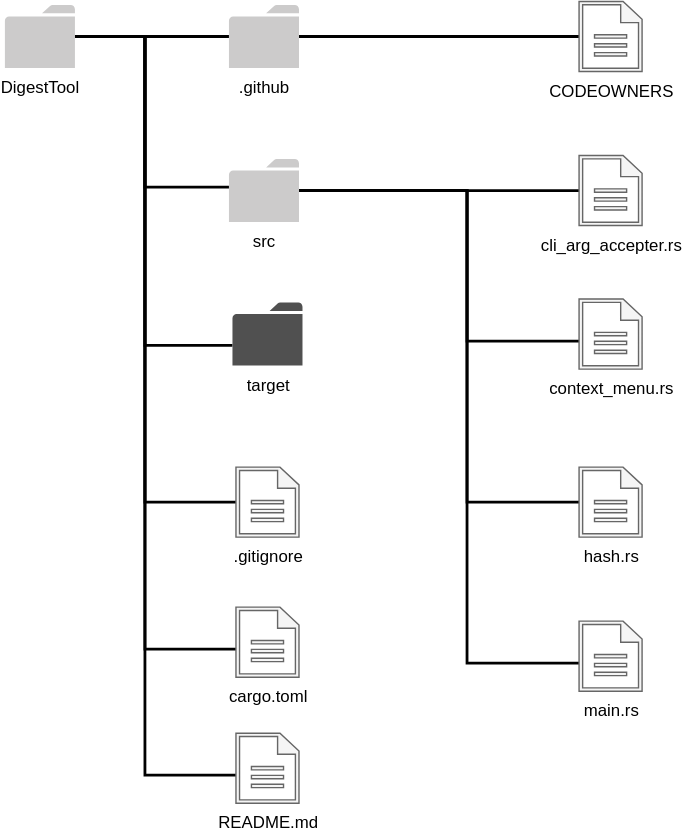
blz-soft/DigestTool keeps this draw.io diagram as uml/folder.drawio.svg. Above is the earlier version. Source tidied: cells renumbered, new cells last; positions are measured from the earlier drawing's top-left corner, leaving out a move shared by most shapes. Source of this version:
```xml
<mxGraphModel>
  <root>
    <mxCell id="0" />
    <mxCell id="1" parent="0" />
    <mxCell id="2" style="edgeStyle=orthogonalEdgeStyle;rounded=0;jettySize=auto;html=1;fontColor=#FFFFFF;endArrow=none;endFill=0;strokeWidth=2;" parent="1" edge="1" source="8" target="15">
      <mxGeometry relative="1" as="geometry" />
    </mxCell>
    <mxCell id="3" style="edgeStyle=orthogonalEdgeStyle;rounded=0;jettySize=auto;html=1;fontColor=#FFFFFF;endArrow=none;endFill=0;strokeWidth=2;" parent="1" edge="1" source="8" target="13">
      <mxGeometry relative="1" as="geometry">
        <Array as="points">
          <mxPoint x="100" y="25" />
          <mxPoint x="100" y="132" />
        </Array>
      </mxGeometry>
    </mxCell>
    <mxCell id="4" style="edgeStyle=orthogonalEdgeStyle;rounded=0;jettySize=auto;html=1;fontColor=#FFFFFF;endArrow=none;endFill=0;strokeWidth=2;" parent="1" edge="1" source="8" target="16">
      <mxGeometry relative="1" as="geometry">
        <Array as="points">
          <mxPoint x="100" y="25" />
          <mxPoint x="100" y="245" />
        </Array>
      </mxGeometry>
    </mxCell>
    <mxCell id="5" style="edgeStyle=orthogonalEdgeStyle;rounded=0;jettySize=auto;html=1;fontColor=#FFFFFF;endArrow=none;endFill=0;strokeWidth=2;" parent="1" edge="1" source="8" target="17">
      <mxGeometry relative="1" as="geometry">
        <Array as="points">
          <mxPoint x="100" y="25" />
          <mxPoint x="100" y="357" />
        </Array>
      </mxGeometry>
    </mxCell>
    <mxCell id="6" style="edgeStyle=orthogonalEdgeStyle;rounded=0;jettySize=auto;html=1;fontColor=#FFFFFF;endArrow=none;endFill=0;strokeWidth=2;" parent="1" edge="1" source="8" target="18">
      <mxGeometry relative="1" as="geometry">
        <Array as="points">
          <mxPoint x="100" y="25" />
          <mxPoint x="100" y="462" />
        </Array>
      </mxGeometry>
    </mxCell>
    <mxCell id="7" style="edgeStyle=orthogonalEdgeStyle;rounded=0;jettySize=auto;html=1;fontColor=#FFFFFF;endArrow=none;endFill=0;strokeWidth=2;" parent="1" edge="1" source="8" target="19">
      <mxGeometry relative="1" as="geometry">
        <Array as="points">
          <mxPoint x="100" y="25" />
          <mxPoint x="100" y="552" />
        </Array>
      </mxGeometry>
    </mxCell>
    <mxCell id="8" value="DigestTool" style="shadow=0;dashed=0;html=1;strokeColor=none;labelPosition=center;verticalLabelPosition=bottom;verticalAlign=top;outlineConnect=0;align=center;shape=mxgraph.office.concepts.folder;fillColor=#CCCBCB;" parent="1" vertex="1">
      <mxGeometry y="2" width="50" height="45" as="geometry" />
    </mxCell>
    <mxCell id="9" style="edgeStyle=orthogonalEdgeStyle;rounded=0;jettySize=auto;html=1;fontColor=#000000;endArrow=none;endFill=0;strokeWidth=2;" parent="1" edge="1" source="13" target="21">
      <mxGeometry relative="1" as="geometry" />
    </mxCell>
    <mxCell id="10" style="edgeStyle=orthogonalEdgeStyle;rounded=0;jettySize=auto;html=1;fontColor=#F0F0F0;endArrow=none;endFill=0;strokeWidth=2;" parent="1" edge="1" source="13" target="22">
      <mxGeometry relative="1" as="geometry">
        <Array as="points">
          <mxPoint x="330" y="135" />
          <mxPoint x="330" y="242" />
        </Array>
      </mxGeometry>
    </mxCell>
    <mxCell id="11" style="edgeStyle=orthogonalEdgeStyle;rounded=0;jettySize=auto;html=1;fontColor=#F0F0F0;endArrow=none;endFill=0;strokeWidth=2;" parent="1" edge="1" source="13" target="23">
      <mxGeometry relative="1" as="geometry">
        <Array as="points">
          <mxPoint x="330" y="135" />
          <mxPoint x="330" y="357" />
        </Array>
      </mxGeometry>
    </mxCell>
    <mxCell id="12" style="edgeStyle=orthogonalEdgeStyle;rounded=0;jettySize=auto;html=1;fontColor=#F0F0F0;endArrow=none;endFill=0;strokeWidth=2;" parent="1" edge="1" source="13" target="24">
      <mxGeometry relative="1" as="geometry">
        <Array as="points">
          <mxPoint x="330" y="135" />
          <mxPoint x="330" y="472" />
        </Array>
      </mxGeometry>
    </mxCell>
    <mxCell id="13" value="src" style="shadow=0;dashed=0;html=1;strokeColor=none;labelPosition=center;verticalLabelPosition=bottom;verticalAlign=top;outlineConnect=0;align=center;shape=mxgraph.office.concepts.folder;fillColor=#CCCBCB;" parent="1" vertex="1">
      <mxGeometry x="160" y="112" width="50" height="45" as="geometry" />
    </mxCell>
    <mxCell id="14" style="edgeStyle=orthogonalEdgeStyle;rounded=0;jettySize=auto;html=1;fontColor=#000000;endArrow=none;endFill=0;strokeWidth=2;" parent="1" edge="1" source="15" target="20">
      <mxGeometry relative="1" as="geometry" />
    </mxCell>
    <mxCell id="15" value=".github" style="shadow=0;dashed=0;html=1;strokeColor=none;labelPosition=center;verticalLabelPosition=bottom;verticalAlign=top;outlineConnect=0;align=center;shape=mxgraph.office.concepts.folder;fillColor=#CCCBCB;" parent="1" vertex="1">
      <mxGeometry x="160" y="2" width="50" height="45" as="geometry" />
    </mxCell>
    <mxCell id="16" value="target" style="shadow=0;dashed=0;html=1;strokeColor=none;fillColor=#505050;labelPosition=center;verticalLabelPosition=bottom;verticalAlign=top;outlineConnect=0;align=center;shape=mxgraph.office.concepts.folder;" parent="1" vertex="1">
      <mxGeometry x="162.5" y="214.5" width="50" height="45" as="geometry" />
    </mxCell>
    <mxCell id="17" value=".gitignore" style="shadow=0;dashed=0;html=1;strokeColor=#666666;fillColor=#f5f5f5;labelPosition=center;verticalLabelPosition=bottom;verticalAlign=top;outlineConnect=0;align=center;shape=mxgraph.office.concepts.document;fontColor=#000000;labelBackgroundColor=#ffffff;" parent="1" vertex="1">
      <mxGeometry x="165" y="332" width="45" height="50" as="geometry" />
    </mxCell>
    <mxCell id="18" value="cargo.toml" style="shadow=0;dashed=0;html=1;strokeColor=#666666;fillColor=#f5f5f5;labelPosition=center;verticalLabelPosition=bottom;verticalAlign=top;outlineConnect=0;align=center;shape=mxgraph.office.concepts.document;fontColor=#000000;labelBackgroundColor=#ffffff;" parent="1" vertex="1">
      <mxGeometry x="165" y="432" width="45" height="50" as="geometry" />
    </mxCell>
    <mxCell id="19" value="README.md" style="shadow=0;dashed=0;html=1;strokeColor=#666666;fillColor=#f5f5f5;labelPosition=center;verticalLabelPosition=bottom;verticalAlign=top;outlineConnect=0;align=center;shape=mxgraph.office.concepts.document;fontColor=#000000;labelBackgroundColor=#ffffff;" parent="1" vertex="1">
      <mxGeometry x="165" y="522" width="45" height="50" as="geometry" />
    </mxCell>
    <mxCell id="20" value="CODEOWNERS" style="shadow=0;dashed=0;html=1;strokeColor=#666666;fillColor=#f5f5f5;labelPosition=center;verticalLabelPosition=bottom;verticalAlign=top;outlineConnect=0;align=center;shape=mxgraph.office.concepts.document;labelBackgroundColor=#ffffff;fontColor=#000000;" parent="1" vertex="1">
      <mxGeometry x="410" y="-0.5" width="45" height="50" as="geometry" />
    </mxCell>
    <mxCell id="21" value="cli_arg_accepter.rs&lt;br&gt;" style="shadow=0;dashed=0;html=1;strokeColor=#666666;fillColor=#f5f5f5;labelPosition=center;verticalLabelPosition=bottom;verticalAlign=top;outlineConnect=0;align=center;shape=mxgraph.office.concepts.document;fontColor=#000000;labelBackgroundColor=#ffffff;" parent="1" vertex="1">
      <mxGeometry x="410" y="109.5" width="45" height="50" as="geometry" />
    </mxCell>
    <mxCell id="22" value="context_menu.rs" style="shadow=0;dashed=0;html=1;strokeColor=#666666;fillColor=#f5f5f5;labelPosition=center;verticalLabelPosition=bottom;verticalAlign=top;outlineConnect=0;align=center;shape=mxgraph.office.concepts.document;fontColor=#000000;labelBackgroundColor=#ffffff;" parent="1" vertex="1">
      <mxGeometry x="410" y="212" width="45" height="50" as="geometry" />
    </mxCell>
    <mxCell id="23" value="hash.rs" style="shadow=0;dashed=0;html=1;strokeColor=#666666;fillColor=#f5f5f5;labelPosition=center;verticalLabelPosition=bottom;verticalAlign=top;outlineConnect=0;align=center;shape=mxgraph.office.concepts.document;fontColor=#000000;labelBackgroundColor=#ffffff;" parent="1" vertex="1">
      <mxGeometry x="410" y="332" width="45" height="50" as="geometry" />
    </mxCell>
    <mxCell id="24" value="main.rs" style="shadow=0;dashed=0;html=1;strokeColor=#666666;fillColor=#f5f5f5;labelPosition=center;verticalLabelPosition=bottom;verticalAlign=top;outlineConnect=0;align=center;shape=mxgraph.office.concepts.document;fontColor=#000000;labelBackgroundColor=#ffffff;" parent="1" vertex="1">
      <mxGeometry x="410" y="442" width="45" height="50" as="geometry" />
    </mxCell>
  </root>
</mxGraphModel>
```
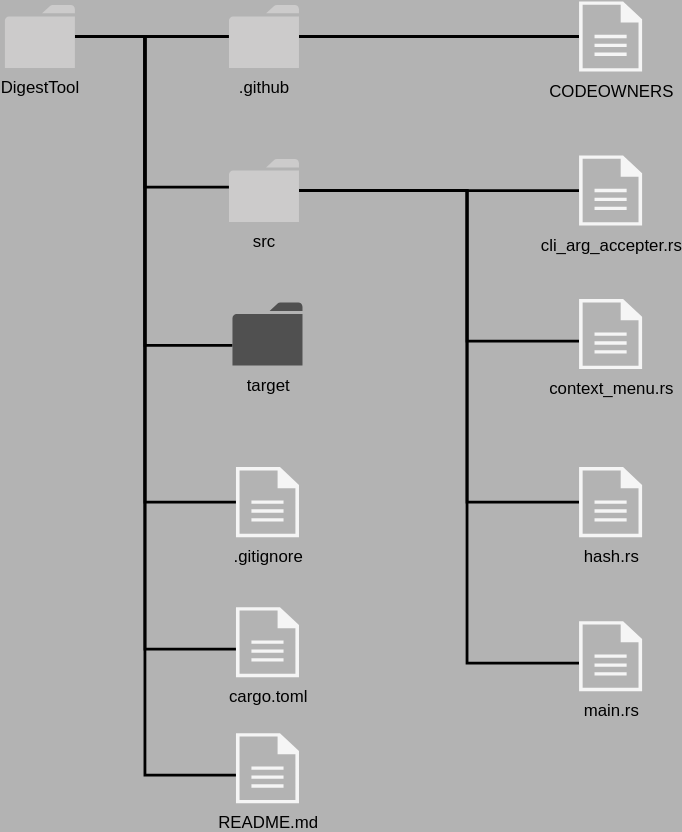
After the change.

Commit message:
図のスタイルを変更した

What changed in the source:
```diff
@@ -1,11 +1,11 @@
-<mxGraphModel>
+<mxGraphModel background="#B3B3B3">
   <root>
     <mxCell id="0" />
     <mxCell id="1" parent="0" />
-    <mxCell id="2" style="edgeStyle=orthogonalEdgeStyle;rounded=0;jettySize=auto;html=1;fontColor=#FFFFFF;endArrow=none;endFill=0;strokeWidth=2;" parent="1" edge="1" source="8" target="15">
+    <mxCell id="2" style="edgeStyle=orthogonalEdgeStyle;rounded=0;jettySize=auto;html=1;endArrow=none;endFill=0;strokeWidth=2;fontColor=#000000;strokeColor=#000000;" parent="1" edge="1" source="8" target="15">
       <mxGeometry relative="1" as="geometry" />
     </mxCell>
-    <mxCell id="3" style="edgeStyle=orthogonalEdgeStyle;rounded=0;jettySize=auto;html=1;fontColor=#FFFFFF;endArrow=none;endFill=0;strokeWidth=2;" parent="1" edge="1" source="8" target="13">
+    <mxCell id="3" style="edgeStyle=orthogonalEdgeStyle;rounded=0;jettySize=auto;html=1;endArrow=none;endFill=0;strokeWidth=2;fontColor=#000000;strokeColor=#000000;" parent="1" edge="1" source="8" target="13">
       <mxGeometry relative="1" as="geometry">
         <Array as="points">
           <mxPoint x="100" y="25" />
@@ -13,7 +13,7 @@
         </Array>
       </mxGeometry>
     </mxCell>
-    <mxCell id="4" style="edgeStyle=orthogonalEdgeStyle;rounded=0;jettySize=auto;html=1;fontColor=#FFFFFF;endArrow=none;endFill=0;strokeWidth=2;" parent="1" edge="1" source="8" target="16">
+    <mxCell id="4" style="edgeStyle=orthogonalEdgeStyle;rounded=0;jettySize=auto;html=1;endArrow=none;endFill=0;strokeWidth=2;fontColor=#000000;strokeColor=#000000;" parent="1" edge="1" source="8" target="16">
       <mxGeometry relative="1" as="geometry">
         <Array as="points">
           <mxPoint x="100" y="25" />
@@ -21,7 +21,7 @@
         </Array>
       </mxGeometry>
     </mxCell>
-    <mxCell id="5" style="edgeStyle=orthogonalEdgeStyle;rounded=0;jettySize=auto;html=1;fontColor=#FFFFFF;endArrow=none;endFill=0;strokeWidth=2;" parent="1" edge="1" source="8" target="17">
+    <mxCell id="5" style="edgeStyle=orthogonalEdgeStyle;rounded=0;jettySize=auto;html=1;fontColor=#FFFFFF;endArrow=none;endFill=0;strokeWidth=2;strokeColor=#000000;" parent="1" edge="1" source="8" target="17">
       <mxGeometry relative="1" as="geometry">
         <Array as="points">
           <mxPoint x="100" y="25" />
@@ -29,7 +29,7 @@
         </Array>
       </mxGeometry>
     </mxCell>
-    <mxCell id="6" style="edgeStyle=orthogonalEdgeStyle;rounded=0;jettySize=auto;html=1;fontColor=#FFFFFF;endArrow=none;endFill=0;strokeWidth=2;" parent="1" edge="1" source="8" target="18">
+    <mxCell id="6" style="edgeStyle=orthogonalEdgeStyle;rounded=0;jettySize=auto;html=1;fontColor=#FFFFFF;endArrow=none;endFill=0;strokeWidth=2;strokeColor=#000000;" parent="1" edge="1" source="8" target="18">
       <mxGeometry relative="1" as="geometry">
         <Array as="points">
           <mxPoint x="100" y="25" />
@@ -37,7 +37,7 @@
         </Array>
       </mxGeometry>
     </mxCell>
-    <mxCell id="7" style="edgeStyle=orthogonalEdgeStyle;rounded=0;jettySize=auto;html=1;fontColor=#FFFFFF;endArrow=none;endFill=0;strokeWidth=2;" parent="1" edge="1" source="8" target="19">
+    <mxCell id="7" style="edgeStyle=orthogonalEdgeStyle;rounded=0;jettySize=auto;html=1;fontColor=#FFFFFF;endArrow=none;endFill=0;strokeWidth=2;strokeColor=#000000;" parent="1" edge="1" source="8" target="19">
       <mxGeometry relative="1" as="geometry">
         <Array as="points">
           <mxPoint x="100" y="25" />
@@ -45,13 +45,13 @@
         </Array>
       </mxGeometry>
     </mxCell>
-    <mxCell id="8" value="DigestTool" style="shadow=0;dashed=0;html=1;strokeColor=none;labelPosition=center;verticalLabelPosition=bottom;verticalAlign=top;outlineConnect=0;align=center;shape=mxgraph.office.concepts.folder;fillColor=#CCCBCB;" parent="1" vertex="1">
+    <mxCell id="8" value="DigestTool" style="shadow=0;dashed=0;html=1;strokeColor=none;labelPosition=center;verticalLabelPosition=bottom;verticalAlign=top;outlineConnect=0;align=center;shape=mxgraph.office.concepts.folder;fillColor=#CCCBCB;fontColor=#000000;" parent="1" vertex="1">
       <mxGeometry y="2" width="50" height="45" as="geometry" />
     </mxCell>
-    <mxCell id="9" style="edgeStyle=orthogonalEdgeStyle;rounded=0;jettySize=auto;html=1;fontColor=#000000;endArrow=none;endFill=0;strokeWidth=2;" parent="1" edge="1" source="13" target="21">
+    <mxCell id="9" style="edgeStyle=orthogonalEdgeStyle;rounded=0;jettySize=auto;html=1;fontColor=#000000;endArrow=none;endFill=0;strokeWidth=2;strokeColor=#000000;" parent="1" edge="1" source="13" target="21">
       <mxGeometry relative="1" as="geometry" />
     </mxCell>
-    <mxCell id="10" style="edgeStyle=orthogonalEdgeStyle;rounded=0;jettySize=auto;html=1;fontColor=#F0F0F0;endArrow=none;endFill=0;strokeWidth=2;" parent="1" edge="1" source="13" target="22">
+    <mxCell id="10" style="edgeStyle=orthogonalEdgeStyle;rounded=0;jettySize=auto;html=1;fontColor=#F0F0F0;endArrow=none;endFill=0;strokeWidth=2;strokeColor=#000000;" parent="1" edge="1" source="13" target="22">
       <mxGeometry relative="1" as="geometry">
         <Array as="points">
           <mxPoint x="330" y="135" />
@@ -59,7 +59,7 @@
         </Array>
       </mxGeometry>
     </mxCell>
-    <mxCell id="11" style="edgeStyle=orthogonalEdgeStyle;rounded=0;jettySize=auto;html=1;fontColor=#F0F0F0;endArrow=none;endFill=0;strokeWidth=2;" parent="1" edge="1" source="13" target="23">
+    <mxCell id="11" style="edgeStyle=orthogonalEdgeStyle;rounded=0;jettySize=auto;html=1;fontColor=#F0F0F0;endArrow=none;endFill=0;strokeWidth=2;strokeColor=#000000;" parent="1" edge="1" source="13" target="23">
       <mxGeometry relative="1" as="geometry">
         <Array as="points">
           <mxPoint x="330" y="135" />
@@ -67,7 +67,7 @@
         </Array>
       </mxGeometry>
     </mxCell>
-    <mxCell id="12" style="edgeStyle=orthogonalEdgeStyle;rounded=0;jettySize=auto;html=1;fontColor=#F0F0F0;endArrow=none;endFill=0;strokeWidth=2;" parent="1" edge="1" source="13" target="24">
+    <mxCell id="12" style="edgeStyle=orthogonalEdgeStyle;rounded=0;jettySize=auto;html=1;fontColor=#F0F0F0;endArrow=none;endFill=0;strokeWidth=2;strokeColor=#000000;" parent="1" edge="1" source="13" target="24">
       <mxGeometry relative="1" as="geometry">
         <Array as="points">
           <mxPoint x="330" y="135" />
@@ -75,40 +75,40 @@
         </Array>
       </mxGeometry>
     </mxCell>
-    <mxCell id="13" value="src" style="shadow=0;dashed=0;html=1;strokeColor=none;labelPosition=center;verticalLabelPosition=bottom;verticalAlign=top;outlineConnect=0;align=center;shape=mxgraph.office.concepts.folder;fillColor=#CCCBCB;" parent="1" vertex="1">
+    <mxCell id="13" value="src" style="shadow=0;dashed=0;html=1;strokeColor=none;labelPosition=center;verticalLabelPosition=bottom;verticalAlign=top;outlineConnect=0;align=center;shape=mxgraph.office.concepts.folder;fillColor=#CCCBCB;fontColor=#000000;" parent="1" vertex="1">
       <mxGeometry x="160" y="112" width="50" height="45" as="geometry" />
     </mxCell>
-    <mxCell id="14" style="edgeStyle=orthogonalEdgeStyle;rounded=0;jettySize=auto;html=1;fontColor=#000000;endArrow=none;endFill=0;strokeWidth=2;" parent="1" edge="1" source="15" target="20">
+    <mxCell id="14" style="edgeStyle=orthogonalEdgeStyle;rounded=0;jettySize=auto;html=1;fontColor=#000000;endArrow=none;endFill=0;strokeWidth=2;strokeColor=#000000;" parent="1" edge="1" source="15" target="20">
       <mxGeometry relative="1" as="geometry" />
     </mxCell>
-    <mxCell id="15" value=".github" style="shadow=0;dashed=0;html=1;strokeColor=none;labelPosition=center;verticalLabelPosition=bottom;verticalAlign=top;outlineConnect=0;align=center;shape=mxgraph.office.concepts.folder;fillColor=#CCCBCB;" parent="1" vertex="1">
+    <mxCell id="15" value=".github" style="shadow=0;dashed=0;html=1;strokeColor=none;labelPosition=center;verticalLabelPosition=bottom;verticalAlign=top;outlineConnect=0;align=center;shape=mxgraph.office.concepts.folder;fillColor=#CCCBCB;fontColor=#000000;" parent="1" vertex="1">
       <mxGeometry x="160" y="2" width="50" height="45" as="geometry" />
     </mxCell>
-    <mxCell id="16" value="target" style="shadow=0;dashed=0;html=1;strokeColor=none;fillColor=#505050;labelPosition=center;verticalLabelPosition=bottom;verticalAlign=top;outlineConnect=0;align=center;shape=mxgraph.office.concepts.folder;" parent="1" vertex="1">
+    <mxCell id="16" value="target" style="shadow=0;dashed=0;html=1;strokeColor=none;fillColor=#505050;labelPosition=center;verticalLabelPosition=bottom;verticalAlign=top;outlineConnect=0;align=center;shape=mxgraph.office.concepts.folder;fontColor=#000000;" parent="1" vertex="1">
       <mxGeometry x="162.5" y="214.5" width="50" height="45" as="geometry" />
     </mxCell>
-    <mxCell id="17" value=".gitignore" style="shadow=0;dashed=0;html=1;strokeColor=#666666;fillColor=#f5f5f5;labelPosition=center;verticalLabelPosition=bottom;verticalAlign=top;outlineConnect=0;align=center;shape=mxgraph.office.concepts.document;fontColor=#000000;labelBackgroundColor=#ffffff;" parent="1" vertex="1">
+    <mxCell id="17" value=".gitignore" style="shadow=0;dashed=0;html=1;fillColor=#f5f5f5;labelPosition=center;verticalLabelPosition=bottom;verticalAlign=top;outlineConnect=0;align=center;shape=mxgraph.office.concepts.document;fontColor=#000000;labelBackgroundColor=none;strokeColor=none;" parent="1" vertex="1">
       <mxGeometry x="165" y="332" width="45" height="50" as="geometry" />
     </mxCell>
-    <mxCell id="18" value="cargo.toml" style="shadow=0;dashed=0;html=1;strokeColor=#666666;fillColor=#f5f5f5;labelPosition=center;verticalLabelPosition=bottom;verticalAlign=top;outlineConnect=0;align=center;shape=mxgraph.office.concepts.document;fontColor=#000000;labelBackgroundColor=#ffffff;" parent="1" vertex="1">
+    <mxCell id="18" value="cargo.toml" style="shadow=0;dashed=0;html=1;fillColor=#f5f5f5;labelPosition=center;verticalLabelPosition=bottom;verticalAlign=top;outlineConnect=0;align=center;shape=mxgraph.office.concepts.document;fontColor=#000000;labelBackgroundColor=none;strokeColor=none;" parent="1" vertex="1">
       <mxGeometry x="165" y="432" width="45" height="50" as="geometry" />
     </mxCell>
-    <mxCell id="19" value="README.md" style="shadow=0;dashed=0;html=1;strokeColor=#666666;fillColor=#f5f5f5;labelPosition=center;verticalLabelPosition=bottom;verticalAlign=top;outlineConnect=0;align=center;shape=mxgraph.office.concepts.document;fontColor=#000000;labelBackgroundColor=#ffffff;" parent="1" vertex="1">
+    <mxCell id="19" value="README.md" style="shadow=0;dashed=0;html=1;fillColor=#f5f5f5;labelPosition=center;verticalLabelPosition=bottom;verticalAlign=top;outlineConnect=0;align=center;shape=mxgraph.office.concepts.document;fontColor=#000000;labelBackgroundColor=none;strokeColor=none;" parent="1" vertex="1">
       <mxGeometry x="165" y="522" width="45" height="50" as="geometry" />
     </mxCell>
-    <mxCell id="20" value="CODEOWNERS" style="shadow=0;dashed=0;html=1;strokeColor=#666666;fillColor=#f5f5f5;labelPosition=center;verticalLabelPosition=bottom;verticalAlign=top;outlineConnect=0;align=center;shape=mxgraph.office.concepts.document;labelBackgroundColor=#ffffff;fontColor=#000000;" parent="1" vertex="1">
+    <mxCell id="20" value="CODEOWNERS" style="shadow=0;dashed=0;html=1;fillColor=#f5f5f5;labelPosition=center;verticalLabelPosition=bottom;verticalAlign=top;outlineConnect=0;align=center;shape=mxgraph.office.concepts.document;labelBackgroundColor=none;fontColor=#000000;strokeColor=none;" parent="1" vertex="1">
       <mxGeometry x="410" y="-0.5" width="45" height="50" as="geometry" />
     </mxCell>
-    <mxCell id="21" value="cli_arg_accepter.rs&lt;br&gt;" style="shadow=0;dashed=0;html=1;strokeColor=#666666;fillColor=#f5f5f5;labelPosition=center;verticalLabelPosition=bottom;verticalAlign=top;outlineConnect=0;align=center;shape=mxgraph.office.concepts.document;fontColor=#000000;labelBackgroundColor=#ffffff;" parent="1" vertex="1">
+    <mxCell id="21" value="cli_arg_accepter.rs&lt;br&gt;" style="shadow=0;dashed=0;html=1;fillColor=#f5f5f5;labelPosition=center;verticalLabelPosition=bottom;verticalAlign=top;outlineConnect=0;align=center;shape=mxgraph.office.concepts.document;fontColor=#000000;labelBackgroundColor=none;strokeColor=none;" parent="1" vertex="1">
       <mxGeometry x="410" y="109.5" width="45" height="50" as="geometry" />
     </mxCell>
-    <mxCell id="22" value="context_menu.rs" style="shadow=0;dashed=0;html=1;strokeColor=#666666;fillColor=#f5f5f5;labelPosition=center;verticalLabelPosition=bottom;verticalAlign=top;outlineConnect=0;align=center;shape=mxgraph.office.concepts.document;fontColor=#000000;labelBackgroundColor=#ffffff;" parent="1" vertex="1">
+    <mxCell id="22" value="context_menu.rs" style="shadow=0;dashed=0;html=1;fillColor=#f5f5f5;labelPosition=center;verticalLabelPosition=bottom;verticalAlign=top;outlineConnect=0;align=center;shape=mxgraph.office.concepts.document;fontColor=#000000;labelBackgroundColor=none;strokeColor=none;" parent="1" vertex="1">
       <mxGeometry x="410" y="212" width="45" height="50" as="geometry" />
     </mxCell>
-    <mxCell id="23" value="hash.rs" style="shadow=0;dashed=0;html=1;strokeColor=#666666;fillColor=#f5f5f5;labelPosition=center;verticalLabelPosition=bottom;verticalAlign=top;outlineConnect=0;align=center;shape=mxgraph.office.concepts.document;fontColor=#000000;labelBackgroundColor=#ffffff;" parent="1" vertex="1">
+    <mxCell id="23" value="hash.rs" style="shadow=0;dashed=0;html=1;fillColor=#f5f5f5;labelPosition=center;verticalLabelPosition=bottom;verticalAlign=top;outlineConnect=0;align=center;shape=mxgraph.office.concepts.document;fontColor=#000000;labelBackgroundColor=none;strokeColor=none;" parent="1" vertex="1">
       <mxGeometry x="410" y="332" width="45" height="50" as="geometry" />
     </mxCell>
-    <mxCell id="24" value="main.rs" style="shadow=0;dashed=0;html=1;strokeColor=#666666;fillColor=#f5f5f5;labelPosition=center;verticalLabelPosition=bottom;verticalAlign=top;outlineConnect=0;align=center;shape=mxgraph.office.concepts.document;fontColor=#000000;labelBackgroundColor=#ffffff;" parent="1" vertex="1">
+    <mxCell id="24" value="main.rs" style="shadow=0;dashed=0;html=1;fillColor=#f5f5f5;labelPosition=center;verticalLabelPosition=bottom;verticalAlign=top;outlineConnect=0;align=center;shape=mxgraph.office.concepts.document;fontColor=#000000;labelBackgroundColor=none;strokeColor=none;" parent="1" vertex="1">
       <mxGeometry x="410" y="442" width="45" height="50" as="geometry" />
     </mxCell>
   </root>
```
